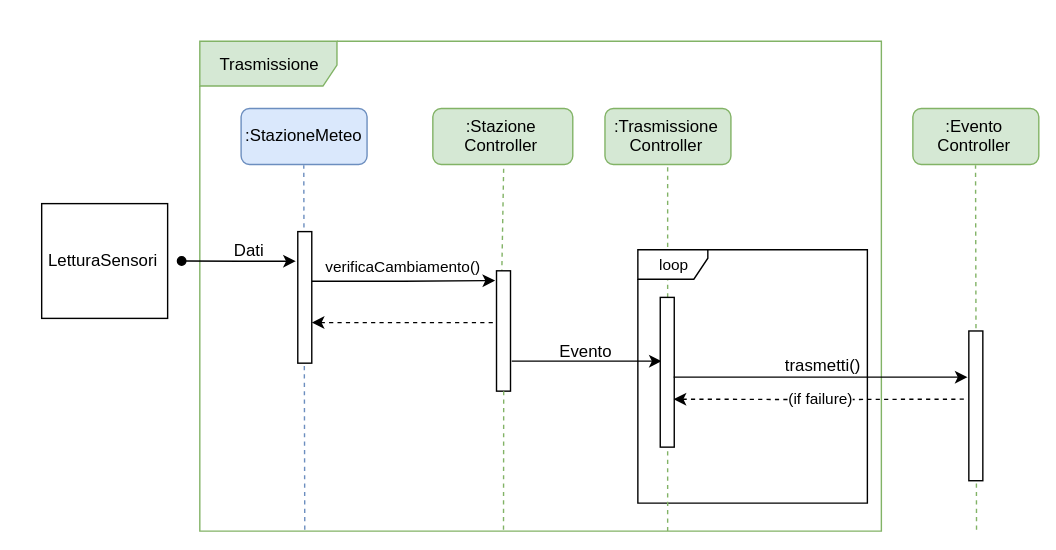
This is resources/InteractionTrasmissione.svg from Leaaaf/weatherment.io, a draw.io export, as it was before one commit. Source tidied: cells renumbered, new cells last; positions are measured from the earlier drawing's top-left corner, leaving out a move shared by most shapes.
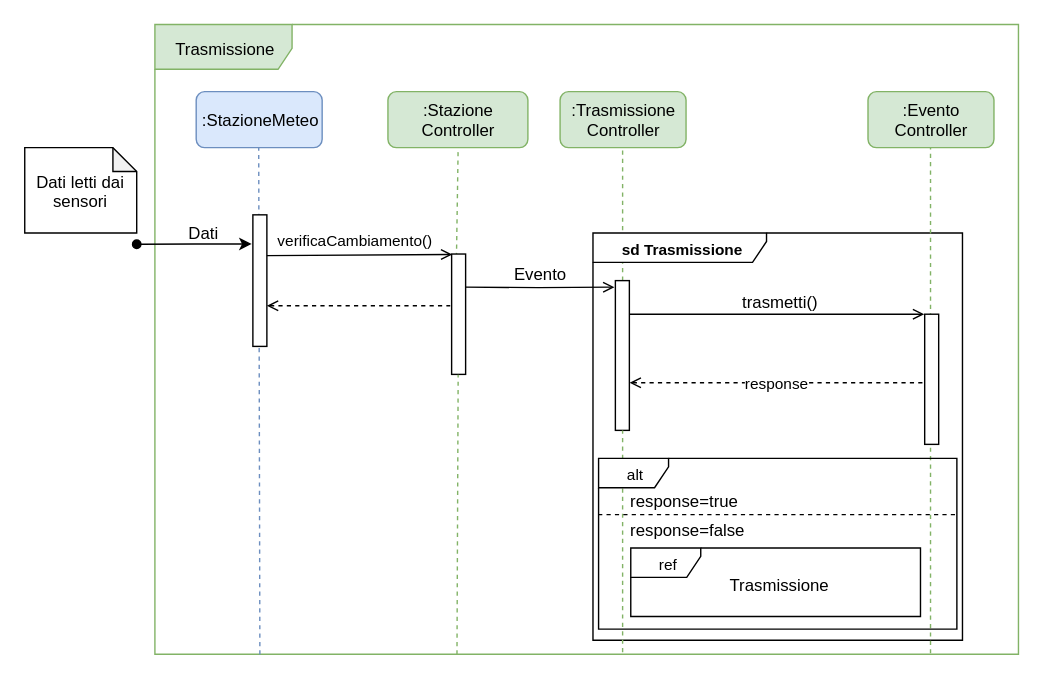
The same diagram one commit later.

The edit, as a diff of the source:
```diff
@@ -3,40 +3,28 @@
     <mxCell id="0" />
     <mxCell id="1" parent="0" />
     <mxCell id="2" value="Trasmissione" style="shape=umlFrame;whiteSpace=wrap;html=1;width=98;height=32;fillColor=#d5e8d4;strokeColor=#82b366;" parent="1" vertex="1">
-      <mxGeometry x="113" width="487" height="350" as="geometry" />
+      <mxGeometry x="113" width="617" height="450" as="geometry" />
     </mxCell>
     <mxCell id="3" style="endArrow=none;dashed=1;html=1;fillColor=#d5e8d4;strokeColor=#82b366;entryX=0.5;entryY=1;entryDx=0;entryDy=0;" parent="1" edge="1" source="22" target="16">
       <mxGeometry relative="1" as="geometry" />
     </mxCell>
-    <mxCell id="4" value="loop" style="shape=umlFrame;whiteSpace=wrap;html=1;fontSize=11;width=50;height=21;" parent="1" vertex="1">
-      <mxGeometry x="426" y="149" width="164" height="181" as="geometry" />
+    <mxCell id="4" value="&lt;b&gt;sd Trasmissione&lt;/b&gt;" style="shape=umlFrame;whiteSpace=wrap;html=1;fontSize=11;width=124;height=21;" parent="1" vertex="1">
+      <mxGeometry x="426" y="149" width="264" height="291" as="geometry" />
     </mxCell>
-    <mxCell id="5" style="endArrow=none;dashed=1;html=1;fillColor=#d5e8d4;strokeColor=#82b366;entryX=0.5;entryY=1;entryDx=0;entryDy=0;" parent="1" edge="1" target="24">
-      <mxGeometry relative="1" as="geometry">
-        <mxPoint x="668" y="349" as="sourcePoint" />
-      </mxGeometry>
+    <mxCell id="5" style="endArrow=none;dashed=1;html=1;fillColor=#d5e8d4;strokeColor=#82b366;entryX=0.5;entryY=1;entryDx=0;entryDy=0;exitX=0.898;exitY=0.999;exitDx=0;exitDy=0;exitPerimeter=0;" parent="1" edge="1" source="2" target="24">
+      <mxGeometry relative="1" as="geometry" />
     </mxCell>
-    <mxCell id="6" style="endArrow=none;dashed=1;html=1;fillColor=#dae8fc;strokeColor=#6c8ebf;entryX=0.5;entryY=1;entryDx=0;entryDy=0;" parent="1" edge="1" target="9">
-      <mxGeometry relative="1" as="geometry">
-        <mxPoint x="188" y="349" as="sourcePoint" />
-      </mxGeometry>
+    <mxCell id="6" style="endArrow=none;dashed=1;html=1;fillColor=#dae8fc;strokeColor=#6c8ebf;entryX=0.5;entryY=1;entryDx=0;entryDy=0;exitX=0.122;exitY=1;exitDx=0;exitDy=0;exitPerimeter=0;" parent="1" edge="1" source="2" target="9">
+      <mxGeometry relative="1" as="geometry" />
     </mxCell>
     <mxCell id="7" style="edgeStyle=orthogonalEdgeStyle;rounded=0;jettySize=auto;html=1;entryX=-0.1;entryY=0.223;entryDx=0;entryDy=0;entryPerimeter=0;startArrow=oval;startFill=1;" parent="1" edge="1" target="11">
       <mxGeometry relative="1" as="geometry">
         <mxPoint x="100" y="157" as="sourcePoint" />
       </mxGeometry>
     </mxCell>
-    <mxCell id="8" value="LetturaSensori&lt;br&gt;" style="html=1;" parent="1" vertex="1">
-      <mxGeometry y="116" width="90" height="82" as="geometry" />
-    </mxCell>
     <mxCell id="9" value=":StazioneMeteo" style="shape=ext;rounded=1;html=1;whiteSpace=wrap;fillColor=#dae8fc;strokeColor=#6c8ebf;" parent="1" vertex="1">
       <mxGeometry x="142.5" y="48" width="90" height="40" as="geometry" />
     </mxCell>
-    <mxCell id="10" style="edgeStyle=orthogonalEdgeStyle;rounded=0;jettySize=auto;html=1;startArrow=none;startFill=0;exitX=1.039;exitY=0.375;exitDx=0;exitDy=0;exitPerimeter=0;" parent="1" edge="1" source="11">
-      <mxGeometry relative="1" as="geometry">
-        <mxPoint x="324" y="171" as="targetPoint" />
-      </mxGeometry>
-    </mxCell>
     <mxCell id="11" style="html=1;points=[];perimeter=orthogonalPerimeter;" parent="1" vertex="1">
       <mxGeometry x="183" y="136" width="10" height="94" as="geometry" />
     </mxCell>
@@ -49,10 +37,8 @@
     <mxCell id="14" style="html=1;points=[];perimeter=orthogonalPerimeter;" parent="1" vertex="1">
       <mxGeometry x="325" y="164" width="10" height="86" as="geometry" />
     </mxCell>
-    <mxCell id="15" style="endArrow=none;dashed=1;html=1;fillColor=#d5e8d4;strokeColor=#82b366;entryX=0.5;entryY=1;entryDx=0;entryDy=0;" parent="1" edge="1" target="14">
-      <mxGeometry relative="1" as="geometry">
-        <mxPoint x="330" y="349" as="sourcePoint" />
-      </mxGeometry>
+    <mxCell id="15" style="endArrow=none;dashed=1;html=1;fillColor=#d5e8d4;strokeColor=#82b366;entryX=0.5;entryY=1;entryDx=0;entryDy=0;exitX=0.35;exitY=1.001;exitDx=0;exitDy=0;exitPerimeter=0;" parent="1" edge="1" source="2" target="14">
+      <mxGeometry relative="1" as="geometry" />
     </mxCell>
     <mxCell id="16" value=":Trasmissione&lt;br&gt;Controller&lt;br&gt;" style="shape=ext;rounded=1;html=1;whiteSpace=wrap;fillColor=#d5e8d4;strokeColor=#82b366;" parent="1" vertex="1">
       <mxGeometry x="402.5" y="48" width="90" height="40" as="geometry" />
@@ -61,48 +47,42 @@
       <mxGeometry x="113" y="144" width="69" height="10" as="geometry" />
     </mxCell>
     <mxCell id="18" value="verificaCambiamento()" style="text;html=1;strokeColor=none;fillColor=none;align=center;verticalAlign=middle;whiteSpace=wrap;rounded=0;fontSize=11;" parent="1" vertex="1">
-      <mxGeometry x="187" y="150" width="143" height="20" as="geometry" />
+      <mxGeometry x="183" y="144" width="143" height="20" as="geometry" />
     </mxCell>
-    <mxCell id="19" style="edgeStyle=orthogonalEdgeStyle;rounded=0;orthogonalLoop=1;jettySize=auto;html=1;startArrow=classic;startFill=1;exitX=0.957;exitY=0.31;exitDx=0;exitDy=0;exitPerimeter=0;endArrow=none;endFill=0;dashed=1;" parent="1" edge="1">
+    <mxCell id="19" style="edgeStyle=orthogonalEdgeStyle;rounded=0;orthogonalLoop=1;jettySize=auto;html=1;startArrow=open;startFill=0;exitX=0.957;exitY=0.31;exitDx=0;exitDy=0;exitPerimeter=0;endArrow=none;endFill=0;dashed=1;" parent="1" edge="1">
       <mxGeometry relative="1" as="geometry">
         <mxPoint x="193" y="201" as="sourcePoint" />
         <mxPoint x="324" y="201" as="targetPoint" />
       </mxGeometry>
     </mxCell>
-    <mxCell id="20" style="edgeStyle=orthogonalEdgeStyle;rounded=0;jettySize=auto;html=1;startArrow=none;startFill=0;exitX=1.067;exitY=0.752;exitDx=0;exitDy=0;exitPerimeter=0;entryX=0.033;entryY=0.43;entryDx=0;entryDy=0;entryPerimeter=0;" parent="1" edge="1" source="14" target="22">
+    <mxCell id="20" style="edgeStyle=orthogonalEdgeStyle;rounded=0;orthogonalLoop=1;jettySize=auto;html=1;startArrow=none;startFill=0;exitX=1.067;exitY=0.752;exitDx=0;exitDy=0;exitPerimeter=0;entryX=0.033;entryY=0.43;entryDx=0;entryDy=0;entryPerimeter=0;endArrow=open;endFill=0;" parent="1" edge="1">
       <mxGeometry relative="1" as="geometry">
+        <mxPoint x="334.9" y="187.4" as="sourcePoint" />
+        <mxPoint x="441.6" y="188" as="targetPoint" />
         <Array as="points">
-          <mxPoint x="388" y="229" />
+          <mxPoint x="387" y="188" />
         </Array>
       </mxGeometry>
     </mxCell>
     <mxCell id="21" value="Evento" style="text;html=1;strokeColor=none;fillColor=none;align=center;verticalAlign=middle;whiteSpace=wrap;rounded=0;" parent="1" vertex="1">
-      <mxGeometry x="331" y="216" width="116" height="10" as="geometry" />
+      <mxGeometry x="330" y="173" width="116" height="10" as="geometry" />
     </mxCell>
     <mxCell id="22" style="html=1;points=[];perimeter=orthogonalPerimeter;" parent="1" vertex="1">
       <mxGeometry x="442" y="183" width="10" height="107" as="geometry" />
     </mxCell>
-    <mxCell id="23" style="endArrow=none;dashed=1;html=1;fillColor=#d5e8d4;strokeColor=#82b366;entryX=0.5;entryY=1;entryDx=0;entryDy=0;exitX=0.686;exitY=1.001;exitDx=0;exitDy=0;exitPerimeter=0;" parent="1" edge="1" source="2" target="22">
+    <mxCell id="23" style="endArrow=none;dashed=1;html=1;fillColor=#d5e8d4;strokeColor=#82b366;entryX=0.5;entryY=1;entryDx=0;entryDy=0;exitX=0.541;exitY=0.997;exitDx=0;exitDy=0;exitPerimeter=0;" parent="1" edge="1" source="2" target="22">
       <mxGeometry relative="1" as="geometry" />
     </mxCell>
     <mxCell id="24" value=":Evento&lt;br&gt;Controller&lt;br&gt;" style="shape=ext;rounded=1;html=1;whiteSpace=wrap;fillColor=#d5e8d4;strokeColor=#82b366;" parent="1" vertex="1">
       <mxGeometry x="622.5" y="48" width="90" height="40" as="geometry" />
     </mxCell>
     <mxCell id="25" style="html=1;points=[];perimeter=orthogonalPerimeter;" parent="1" vertex="1">
-      <mxGeometry x="662.5" y="207" width="10" height="107" as="geometry" />
+      <mxGeometry x="663" y="207" width="10" height="93" as="geometry" />
     </mxCell>
-    <mxCell id="26" style="edgeStyle=orthogonalEdgeStyle;rounded=0;jettySize=auto;html=1;startArrow=none;startFill=0;exitX=1.067;exitY=0.752;exitDx=0;exitDy=0;exitPerimeter=0;entryX=-0.115;entryY=0.307;entryDx=0;entryDy=0;entryPerimeter=0;" parent="1" edge="1" target="25">
-      <mxGeometry relative="1" as="geometry">
-        <mxPoint x="452.2" y="240.2" as="sourcePoint" />
-        <Array as="points">
-          <mxPoint x="550" y="240" />
-        </Array>
-      </mxGeometry>
-    </mxCell>
     <mxCell id="27" value="trasmetti()" style="text;html=1;strokeColor=none;fillColor=none;align=center;verticalAlign=middle;whiteSpace=wrap;rounded=0;" parent="1" vertex="1">
-      <mxGeometry x="446" y="224" width="224" height="14" as="geometry" />
+      <mxGeometry x="447" y="191" width="224" height="14" as="geometry" />
     </mxCell>
-    <mxCell id="28" value="(if failure)" style="edgeStyle=orthogonalEdgeStyle;rounded=0;orthogonalLoop=1;jettySize=auto;html=1;startArrow=classic;startFill=1;exitX=1.067;exitY=0.752;exitDx=0;exitDy=0;exitPerimeter=0;dashed=1;endArrow=none;endFill=0;" parent="1" edge="1">
+    <mxCell id="28" value="response" style="edgeStyle=orthogonalEdgeStyle;rounded=0;orthogonalLoop=1;jettySize=auto;html=1;startArrow=open;startFill=0;exitX=1.067;exitY=0.752;exitDx=0;exitDy=0;exitPerimeter=0;dashed=1;endArrow=none;endFill=0;" parent="1" edge="1">
       <mxGeometry relative="1" as="geometry">
         <mxPoint x="452.2" y="256.2" as="sourcePoint" />
         <mxPoint x="662" y="256" as="targetPoint" />
@@ -111,5 +91,39 @@
         </Array>
       </mxGeometry>
     </mxCell>
+    <mxCell id="29" style="endArrow=open;html=1;exitX=1.011;exitY=0.31;exitDx=0;exitDy=0;exitPerimeter=0;endFill=0;entryX=0.997;entryY=1.025;entryDx=0;entryDy=0;entryPerimeter=0;" parent="1" edge="1" source="11" target="18">
+      <mxGeometry relative="1" as="geometry" />
+    </mxCell>
+    <mxCell id="30" style="endArrow=open;html=1;entryX=0.433;entryY=0.469;entryDx=0;entryDy=0;entryPerimeter=0;endFill=0;" parent="1" edge="1" source="22">
+      <mxGeometry relative="1" as="geometry">
+        <mxPoint x="662.7" y="207" as="targetPoint" />
+      </mxGeometry>
+    </mxCell>
+    <mxCell id="31" value="Dati letti dai sensori" style="shape=note;whiteSpace=wrap;html=1;backgroundOutline=1;darkOpacity=0.05;size=17;" parent="1" vertex="1">
+      <mxGeometry x="20" y="88" width="80" height="61" as="geometry" />
+    </mxCell>
+    <mxCell id="32" value="alt" style="shape=umlFrame;whiteSpace=wrap;html=1;fontSize=11;width=50;height=21;" parent="1" vertex="1">
+      <mxGeometry x="430" y="310" width="256" height="122" as="geometry" />
+    </mxCell>
+    <mxCell id="33" style="endArrow=none;html=1;" parent="1" edge="1" target="2">
+      <mxGeometry relative="1" as="geometry">
+        <mxPoint x="280" y="450" as="sourcePoint" />
+      </mxGeometry>
+    </mxCell>
+    <mxCell id="34" style="endArrow=none;dashed=1;html=1;exitX=-0.002;exitY=0.328;exitDx=0;exitDy=0;exitPerimeter=0;entryX=0.994;entryY=0.329;entryDx=0;entryDy=0;entryPerimeter=0;" parent="1" edge="1" source="32" target="32">
+      <mxGeometry relative="1" as="geometry" />
+    </mxCell>
+    <mxCell id="35" value="response=true" style="text;html=1;strokeColor=none;fillColor=none;align=center;verticalAlign=middle;whiteSpace=wrap;rounded=0;" parent="1" vertex="1">
+      <mxGeometry x="470" y="330" width="40" height="20" as="geometry" />
+    </mxCell>
+    <mxCell id="36" value="response=false" style="text;html=1;strokeColor=none;fillColor=none;align=center;verticalAlign=middle;whiteSpace=wrap;rounded=0;" parent="1" vertex="1">
+      <mxGeometry x="473" y="351" width="40" height="20" as="geometry" />
+    </mxCell>
+    <mxCell id="37" value="ref" style="shape=umlFrame;whiteSpace=wrap;html=1;fontSize=11;width=50;height=21;" parent="1" vertex="1">
+      <mxGeometry x="453" y="374" width="207" height="49" as="geometry" />
+    </mxCell>
+    <mxCell id="38" value="Trasmissione" style="text;html=1;strokeColor=none;fillColor=none;align=center;verticalAlign=middle;whiteSpace=wrap;rounded=0;" parent="1" vertex="1">
+      <mxGeometry x="538" y="390" width="40" height="20" as="geometry" />
+    </mxCell>
   </root>
 </mxGraphModel>
```
